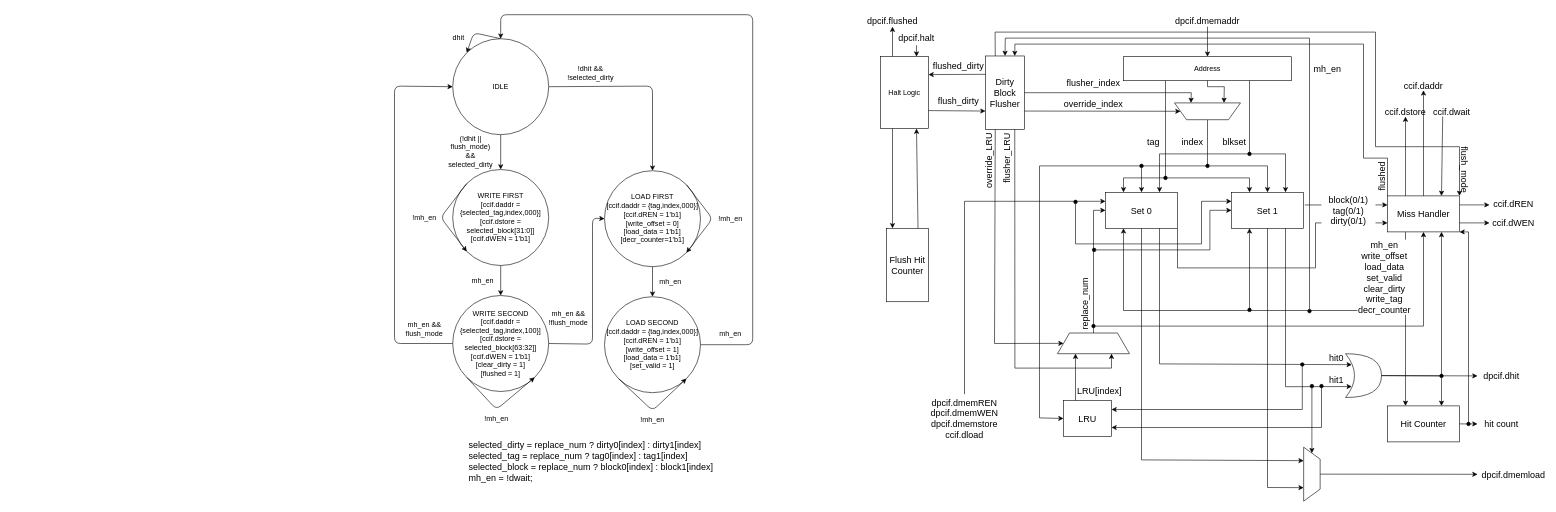
dsrasheed/ece437 keeps this draw.io diagram as page "Page-2" (2 of 2) of Caches.drawio. Above is the earlier version. Source tidied: cells renumbered, new cells numbered last; positions are measured from the earlier drawing's top-left corner, leaving out a move shared by most shapes. Both pictures are drawn from the tidied source at 60%, with x=0, y=0 at pixel (394, 14).
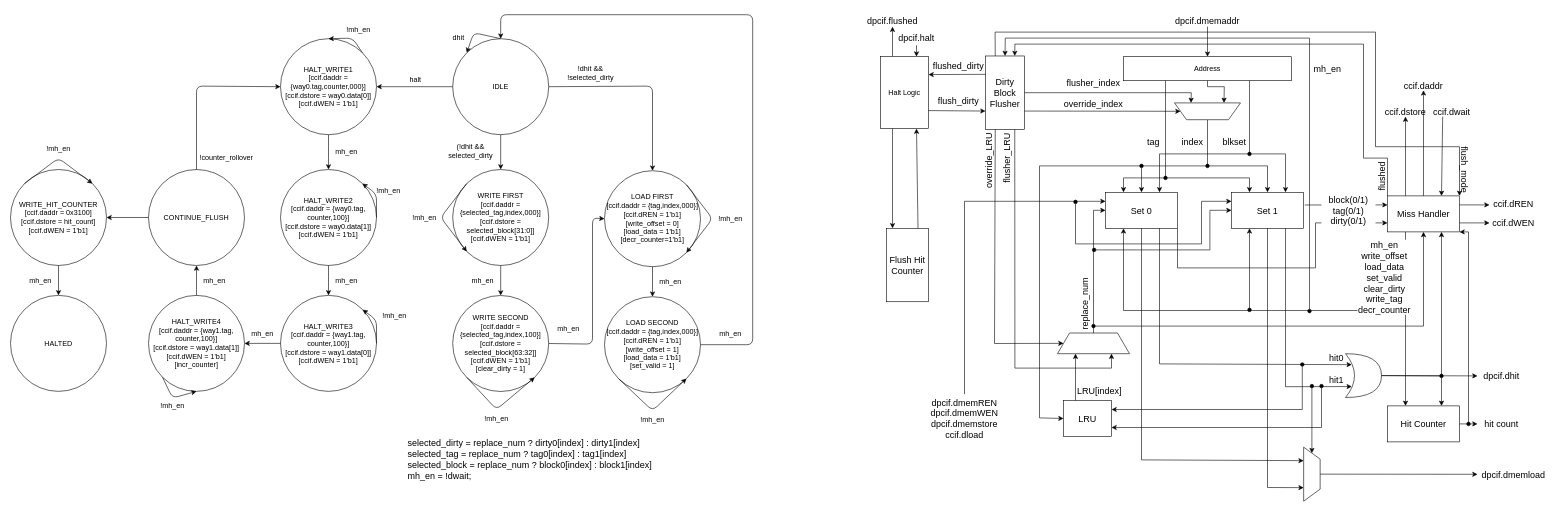
The same diagram, later.

Unchanged cells that the change refers to:
```xml
<mxCell id="68" value="IDLE" style="ellipse;whiteSpace=wrap;html=1;" parent="1" vertex="1">
  <mxGeometry x="97" y="40" width="160" height="160" as="geometry" />
</mxCell>
```

Change to the diagram source:
```diff
@@
-    <mxCell id="3" value="(!dhit || flush_mode) &amp;amp;&amp;amp; selected_dirty" style="text;html=1;strokeColor=none;fillColor=none;align=center;verticalAlign=middle;whiteSpace=wrap;rounded=0;" parent="1" vertex="1">
+    <mxCell id="3" value="(!dhit &amp;amp;&amp;amp; selected_dirty" style="text;html=1;strokeColor=none;fillColor=none;align=center;verticalAlign=middle;whiteSpace=wrap;rounded=0;" parent="1" vertex="1">
       <mxGeometry x="87" y="218" width="80" height="20" as="geometry" />
     </mxCell>
-    <mxCell id="4" value="WRITE SECOND&lt;br&gt;[ccif.daddr = {selected_tag,index,100}]&lt;br&gt;[ccif.dstore = selected_block[63:32]]&lt;br&gt;[ccif.dWEN = 1'b1]&lt;br&gt;[clear_dirty = 1]&lt;br&gt;[flushed = 1]" style="ellipse;whiteSpace=wrap;html=1;" parent="1" vertex="1">
+    <mxCell id="4" value="WRITE SECOND&lt;br&gt;[ccif.daddr = {selected_tag,index,100}]&lt;br&gt;[ccif.dstore = selected_block[63:32]]&lt;br&gt;[ccif.dWEN = 1'b1]&lt;br&gt;[clear_dirty = 1]" style="ellipse;whiteSpace=wrap;html=1;" parent="1" vertex="1">
       <mxGeometry x="97" y="468" width="160" height="160" as="geometry" />
     </mxCell>
@@
-    <mxCell id="13" value="mh_en &amp;amp;&amp;amp; !flush_mode" style="text;html=1;strokeColor=none;fillColor=none;align=center;verticalAlign=middle;whiteSpace=wrap;rounded=0;" parent="1" vertex="1">
-      <mxGeometry x="270" y="490" width="40" height="30" as="geometry" />
+    <mxCell id="13" value="mh_en" style="text;html=1;strokeColor=none;fillColor=none;align=center;verticalAlign=middle;whiteSpace=wrap;rounded=0;" parent="1" vertex="1">
+      <mxGeometry x="270" y="509" width="40" height="30" as="geometry" />
     </mxCell>
@@
     <mxCell id="26" value="&lt;font style=&quot;font-size: 15px&quot;&gt;selected_dirty = replace_num ? dirty0[index] : dirty1[index]&amp;nbsp;&lt;br&gt;selected_tag = replace_num ? tag0[index] : tag1[index]&amp;nbsp;&lt;br&gt;selected_block = replace_num ? block0[index] : block1[index]&amp;nbsp;&lt;br&gt;mh_en = !dwait;&lt;br&gt;&lt;/font&gt;" style="text;html=1;strokeColor=none;fillColor=none;align=left;verticalAlign=middle;whiteSpace=wrap;rounded=0;" parent="1" vertex="1">
-      <mxGeometry x="122" y="700" width="430" height="87.5" as="geometry" />
+      <mxGeometry x="20" y="697" width="430" height="87.5" as="geometry" />
     </mxCell>
@@
-    <mxCell id="91" value="mh_en &amp;amp;&amp;amp; flush_mode" style="text;html=1;strokeColor=none;fillColor=none;align=center;verticalAlign=middle;whiteSpace=wrap;rounded=0;" parent="1" vertex="1">
-      <mxGeometry x="30" y="509" width="40" height="30" as="geometry" />
-    </mxCell>
@@
-    <mxCell id="112" style="endArrow=classic;html=1;rounded=1;fontSize=15;entryX=0;entryY=0.5;entryDx=0;entryDy=0;exitX=0;exitY=0.5;exitDx=0;exitDy=0;" parent="1" edge="1" source="4" target="68">
-      <mxGeometry relative="1" as="geometry">
-        <Array as="points">
-          <mxPoint y="548" />
-          <mxPoint y="119" />
-        </Array>
-      </mxGeometry>
-    </mxCell>
@@
+    <mxCell id="126" value="HALT_WRITE1&lt;br&gt;[ccif.daddr = {way0.tag,counter,000}]&lt;br&gt;[ccif.dstore = way0.data[0]]&lt;br&gt;[ccif.dWEN = 1'b1]" style="ellipse;whiteSpace=wrap;html=1;" parent="1" vertex="1">
+      <mxGeometry x="-190" y="40" width="160" height="160" as="geometry" />
+    </mxCell>
+    <mxCell id="127" value="HALT_WRITE2&lt;br&gt;[ccif.daddr = {way0.tag, counter,100}]&lt;br&gt;[ccif.dstore = way0.data[1]]&lt;br&gt;[ccif.dWEN = 1'b1]" style="ellipse;whiteSpace=wrap;html=1;" parent="1" vertex="1">
+      <mxGeometry x="-190" y="258" width="160" height="160" as="geometry" />
+    </mxCell>
+    <mxCell id="128" style="endArrow=classic;html=1;rounded=0;entryX=1;entryY=0.5;entryDx=0;entryDy=0;exitX=0;exitY=0.5;exitDx=0;exitDy=0;" parent="1" edge="1" source="68" target="126">
+      <mxGeometry relative="1" as="geometry" />
+    </mxCell>
+    <mxCell id="129" value="halt" style="text;html=1;strokeColor=none;fillColor=none;align=center;verticalAlign=middle;whiteSpace=wrap;rounded=0;" parent="1" vertex="1">
+      <mxGeometry x="20" y="97.9" width="30" height="20" as="geometry" />
+    </mxCell>
+    <mxCell id="130" value="!mh_en" style="text;html=1;strokeColor=none;fillColor=none;align=center;verticalAlign=middle;whiteSpace=wrap;rounded=0;" parent="1" vertex="1">
+      <mxGeometry x="-80" y="10" width="40" height="30" as="geometry" />
+    </mxCell>
+    <mxCell id="131" style="endArrow=classic;html=1;rounded=1;entryX=0.5;entryY=0;entryDx=0;entryDy=0;exitX=1;exitY=0;exitDx=0;exitDy=0;" parent="1" edge="1" source="126" target="126">
+      <mxGeometry relative="1" as="geometry">
+        <Array as="points">
+          <mxPoint x="-70" y="39" />
+        </Array>
+      </mxGeometry>
+    </mxCell>
+    <mxCell id="132" style="endArrow=classic;html=1;rounded=1;entryX=0.5;entryY=0;entryDx=0;entryDy=0;exitX=0.5;exitY=1;exitDx=0;exitDy=0;" parent="1" edge="1" source="126" target="127">
+      <mxGeometry relative="1" as="geometry" />
+    </mxCell>
+    <mxCell id="133" value="mh_en" style="text;html=1;strokeColor=none;fillColor=none;align=center;verticalAlign=middle;whiteSpace=wrap;rounded=0;" parent="1" vertex="1">
+      <mxGeometry x="-100" y="213" width="40" height="30" as="geometry" />
+    </mxCell>
+    <mxCell id="134" value="HALT_WRITE3&lt;br&gt;[ccif.daddr = {way1.tag, counter,100}]&lt;br&gt;[ccif.dstore = way1.data[0]]&lt;br&gt;[ccif.dWEN = 1'b1]" style="ellipse;whiteSpace=wrap;html=1;" parent="1" vertex="1">
+      <mxGeometry x="-190" y="467.8" width="160" height="160" as="geometry" />
+    </mxCell>
+    <mxCell id="135" style="endArrow=classic;html=1;rounded=1;entryX=1;entryY=0;entryDx=0;entryDy=0;exitX=1;exitY=0.5;exitDx=0;exitDy=0;" parent="1" edge="1" source="127" target="127">
+      <mxGeometry relative="1" as="geometry">
+        <Array as="points">
+          <mxPoint x="-30" y="299" />
+        </Array>
+      </mxGeometry>
+    </mxCell>
+    <mxCell id="136" value="!mh_en" style="text;html=1;strokeColor=none;fillColor=none;align=center;verticalAlign=middle;whiteSpace=wrap;rounded=0;" parent="1" vertex="1">
+      <mxGeometry x="-30" y="279" width="40" height="30" as="geometry" />
+    </mxCell>
+    <mxCell id="137" style="endArrow=classic;html=1;rounded=1;entryX=0.5;entryY=0;entryDx=0;entryDy=0;exitX=0.5;exitY=1;exitDx=0;exitDy=0;" parent="1" edge="1" source="127" target="134">
+      <mxGeometry relative="1" as="geometry" />
+    </mxCell>
+    <mxCell id="138" value="mh_en" style="text;html=1;strokeColor=none;fillColor=none;align=center;verticalAlign=middle;whiteSpace=wrap;rounded=0;" parent="1" vertex="1">
+      <mxGeometry x="-100" y="428" width="40" height="30" as="geometry" />
+    </mxCell>
+    <mxCell id="139" value="HALT_WRITE4&lt;br&gt;[ccif.daddr = {way1.tag, counter,100}]&lt;br&gt;[ccif.dstore = way1.data[1]]&lt;br&gt;[ccif.dWEN = 1'b1]&lt;br&gt;[incr_counter]" style="ellipse;whiteSpace=wrap;html=1;" parent="1" vertex="1">
+      <mxGeometry x="-410" y="467.8" width="160" height="160" as="geometry" />
+    </mxCell>
+    <mxCell id="140" style="endArrow=classic;html=1;rounded=1;entryX=1;entryY=0;entryDx=0;entryDy=0;exitX=1;exitY=0.5;exitDx=0;exitDy=0;" parent="1" edge="1" source="134" target="134">
+      <mxGeometry relative="1" as="geometry">
+        <Array as="points">
+          <mxPoint x="-30" y="509" />
+        </Array>
+      </mxGeometry>
+    </mxCell>
+    <mxCell id="141" value="!mh_en" style="text;html=1;strokeColor=none;fillColor=none;align=center;verticalAlign=middle;whiteSpace=wrap;rounded=0;" parent="1" vertex="1">
+      <mxGeometry x="-20" y="486.5" width="40" height="30" as="geometry" />
+    </mxCell>
+    <mxCell id="142" style="endArrow=classic;html=1;rounded=1;entryX=1;entryY=0.5;entryDx=0;entryDy=0;exitX=0;exitY=0.5;exitDx=0;exitDy=0;" parent="1" edge="1" source="134" target="139">
+      <mxGeometry relative="1" as="geometry" />
+    </mxCell>
+    <mxCell id="143" value="mh_en" style="text;html=1;strokeColor=none;fillColor=none;align=center;verticalAlign=middle;whiteSpace=wrap;rounded=0;" parent="1" vertex="1">
+      <mxGeometry x="-240" y="516.5" width="40" height="30" as="geometry" />
+    </mxCell>
+    <mxCell id="144" value="CONTINUE_FLUSH" style="ellipse;whiteSpace=wrap;html=1;" parent="1" vertex="1">
+      <mxGeometry x="-410" y="258" width="160" height="160" as="geometry" />
+    </mxCell>
+    <mxCell id="145" style="endArrow=classic;html=1;rounded=1;entryX=0.5;entryY=1;entryDx=0;entryDy=0;exitX=0.5;exitY=0;exitDx=0;exitDy=0;" parent="1" edge="1" source="139" target="144">
+      <mxGeometry relative="1" as="geometry" />
+    </mxCell>
+    <mxCell id="146" value="mh_en" style="text;html=1;strokeColor=none;fillColor=none;align=center;verticalAlign=middle;whiteSpace=wrap;rounded=0;" parent="1" vertex="1">
+      <mxGeometry x="-320" y="428" width="40" height="30" as="geometry" />
+    </mxCell>
+    <mxCell id="147" style="endArrow=classic;html=1;rounded=1;exitX=0;exitY=1;exitDx=0;exitDy=0;entryX=0.5;entryY=1;entryDx=0;entryDy=0;" parent="1" edge="1" source="139" target="139">
+      <mxGeometry relative="1" as="geometry">
+        <Array as="points">
+          <mxPoint x="-370" y="639" />
+        </Array>
+      </mxGeometry>
+    </mxCell>
+    <mxCell id="148" value="!mh_en" style="text;html=1;strokeColor=none;fillColor=none;align=center;verticalAlign=middle;whiteSpace=wrap;rounded=0;" parent="1" vertex="1">
+      <mxGeometry x="-390" y="637" width="40" height="30" as="geometry" />
+    </mxCell>
+    <mxCell id="149" style="endArrow=classic;html=1;rounded=1;entryX=0;entryY=0.5;entryDx=0;entryDy=0;exitX=0.5;exitY=0;exitDx=0;exitDy=0;" parent="1" edge="1" source="144" target="126">
+      <mxGeometry relative="1" as="geometry">
+        <Array as="points">
+          <mxPoint x="-330" y="119" />
+        </Array>
+      </mxGeometry>
+    </mxCell>
+    <mxCell id="150" value="!counter_rollover" style="text;html=1;strokeColor=none;fillColor=none;align=center;verticalAlign=middle;whiteSpace=wrap;rounded=0;" parent="1" vertex="1">
+      <mxGeometry x="-300" y="224" width="40" height="30" as="geometry" />
+    </mxCell>
+    <mxCell id="151" style="endArrow=classic;html=1;rounded=1;exitX=0;exitY=0.5;exitDx=0;exitDy=0;entryX=1;entryY=0.5;entryDx=0;entryDy=0;" parent="1" edge="1" source="144" target="152">
+      <mxGeometry relative="1" as="geometry" />
+    </mxCell>
+    <mxCell id="152" value="WRITE_HIT_COUNTER&lt;br&gt;[ccif.daddr = 0x3100]&lt;br&gt;[ccif.dstore = hit_count]&lt;br&gt;[ccif.dWEN = 1'b1]" style="ellipse;whiteSpace=wrap;html=1;" parent="1" vertex="1">
+      <mxGeometry x="-640" y="258" width="160" height="160" as="geometry" />
+    </mxCell>
+    <mxCell id="153" style="endArrow=classic;html=1;rounded=1;entryX=1;entryY=0;entryDx=0;entryDy=0;exitX=0;exitY=0;exitDx=0;exitDy=0;" parent="1" edge="1" source="152" target="152">
+      <mxGeometry relative="1" as="geometry">
+        <Array as="points">
+          <mxPoint x="-560" y="239" />
+        </Array>
+      </mxGeometry>
+    </mxCell>
+    <mxCell id="154" value="!mh_en" style="text;html=1;strokeColor=none;fillColor=none;align=center;verticalAlign=middle;whiteSpace=wrap;rounded=0;" parent="1" vertex="1">
+      <mxGeometry x="-580" y="208" width="40" height="30" as="geometry" />
+    </mxCell>
+    <mxCell id="155" value="HALTED" style="ellipse;whiteSpace=wrap;html=1;" parent="1" vertex="1">
+      <mxGeometry x="-640" y="467.8" width="160" height="160" as="geometry" />
+    </mxCell>
+    <mxCell id="156" style="endArrow=classic;html=1;rounded=1;entryX=0.5;entryY=0;entryDx=0;entryDy=0;exitX=0.5;exitY=1;exitDx=0;exitDy=0;" parent="1" edge="1" source="152" target="155">
+      <mxGeometry relative="1" as="geometry" />
+    </mxCell>
+    <mxCell id="157" value="mh_en" style="text;html=1;strokeColor=none;fillColor=none;align=center;verticalAlign=middle;whiteSpace=wrap;rounded=0;" parent="1" vertex="1">
+      <mxGeometry x="-610" y="428" width="40" height="30" as="geometry" />
+    </mxCell>
```
